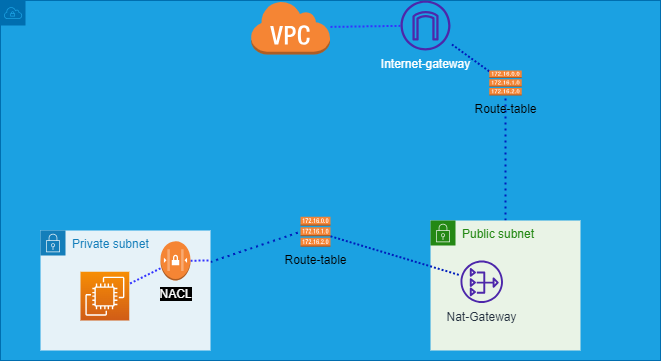
Above: Full Deployment/aws.drawio.png in EzioDEVio/terraform-functions-tutorial (draw.io), before the change. Source tidied: cells renumbered, new cells last; positions are measured from the earlier drawing's top-left corner, leaving out a move shared by most shapes. Its diagram source:
```xml
<mxGraphModel>
  <root>
    <mxCell id="0" />
    <mxCell id="1" parent="0" />
    <mxCell id="2" style="html=1;whiteSpace=wrap;fontSize=12;fontStyle=0;shape=mxgraph.aws4.group;grIcon=mxgraph.aws4.group_vpc;strokeColor=#006EAF;fillColor=#1ba1e2;verticalAlign=top;align=left;spacingLeft=30;dashed=0;fontColor=#ffffff;" parent="1" vertex="1">
      <mxGeometry width="660" height="360" as="geometry" />
    </mxCell>
    <mxCell id="3" style="edgeStyle=none;sketch=0;html=1;dashed=1;dashPattern=1 1;strokeWidth=2;fontColor=#FFFFFF;endArrow=none;endFill=0;strokeColor=#3333FF;" parent="2" edge="1" source="4" target="18">
      <mxGeometry relative="1" as="geometry" />
    </mxCell>
    <mxCell id="4" value="&lt;font color=&quot;#ffffff&quot;&gt;Internet-gateway&lt;/font&gt;" style="sketch=0;outlineConnect=0;fontColor=#232F3E;gradientColor=none;fillColor=#4D27AA;strokeColor=none;dashed=0;verticalLabelPosition=bottom;verticalAlign=top;align=center;html=1;fontSize=12;fontStyle=0;shape=mxgraph.aws4.internet_gateway;" parent="2" vertex="1">
      <mxGeometry x="400" width="50" height="50" as="geometry" />
    </mxCell>
    <mxCell id="5" style="edgeStyle=none;html=1;dashed=1;dashPattern=1 2;strokeWidth=2;fillColor=#0050ef;strokeColor=#001DBC;endArrow=none;endFill=0;" parent="2" edge="1" source="6" target="15">
      <mxGeometry relative="1" as="geometry" />
    </mxCell>
    <mxCell id="6" value="Public subnet" style="points=[[0,0],[0.25,0],[0.5,0],[0.75,0],[1,0],[1,0.25],[1,0.5],[1,0.75],[1,1],[0.75,1],[0.5,1],[0.25,1],[0,1],[0,0.75],[0,0.5],[0,0.25]];outlineConnect=0;gradientColor=none;html=1;whiteSpace=wrap;fontSize=12;fontStyle=0;shape=mxgraph.aws4.group;grIcon=mxgraph.aws4.group_security_group;grStroke=0;strokeColor=#248814;fillColor=#E9F3E6;verticalAlign=top;align=left;spacingLeft=30;fontColor=#248814;dashed=0;" parent="2" vertex="1">
      <mxGeometry x="430" y="220" width="150" height="130" as="geometry" />
    </mxCell>
    <mxCell id="7" value="Nat-Gateway" style="sketch=0;outlineConnect=0;fontColor=#232F3E;gradientColor=none;fillColor=#4D27AA;strokeColor=none;dashed=0;verticalLabelPosition=bottom;verticalAlign=top;align=center;html=1;fontSize=12;fontStyle=0;shape=mxgraph.aws4.nat_gateway;" parent="6" vertex="1">
      <mxGeometry x="30" y="40" width="42.5" height="42.5" as="geometry" />
    </mxCell>
    <mxCell id="8" style="edgeStyle=none;html=1;dashed=1;dashPattern=1 2;strokeWidth=2;fillColor=#0050ef;strokeColor=#001DBC;endArrow=none;endFill=0;entryX=0;entryY=0.5;entryDx=0;entryDy=0;entryPerimeter=0;" parent="2" edge="1" source="9" target="17">
      <mxGeometry relative="1" as="geometry" />
    </mxCell>
    <mxCell id="9" value="Private subnet" style="points=[[0,0],[0.25,0],[0.5,0],[0.75,0],[1,0],[1,0.25],[1,0.5],[1,0.75],[1,1],[0.75,1],[0.5,1],[0.25,1],[0,1],[0,0.75],[0,0.5],[0,0.25]];outlineConnect=0;gradientColor=none;html=1;whiteSpace=wrap;fontSize=12;fontStyle=0;shape=mxgraph.aws4.group;grIcon=mxgraph.aws4.group_security_group;grStroke=0;strokeColor=#147EBA;fillColor=#E6F2F8;verticalAlign=top;align=left;spacingLeft=30;fontColor=#147EBA;dashed=0;" parent="2" vertex="1">
      <mxGeometry x="40" y="230" width="170" height="120" as="geometry" />
    </mxCell>
    <mxCell id="10" style="sketch=0;points=[[0,0,0],[0.25,0,0],[0.5,0,0],[0.75,0,0],[1,0,0],[0,1,0],[0.25,1,0],[0.5,1,0],[0.75,1,0],[1,1,0],[0,0.25,0],[0,0.5,0],[0,0.75,0],[1,0.25,0],[1,0.5,0],[1,0.75,0]];outlineConnect=0;fontColor=#232F3E;gradientColor=#F78E04;gradientDirection=north;fillColor=#D05C17;strokeColor=#ffffff;dashed=0;verticalLabelPosition=bottom;verticalAlign=top;align=center;html=1;fontSize=12;fontStyle=0;shape=mxgraph.aws4.resourceIcon;resIcon=mxgraph.aws4.ec2;" parent="9" vertex="1">
      <mxGeometry x="40" y="41.2" width="48.8" height="48.8" as="geometry" />
    </mxCell>
    <mxCell id="11" style="edgeStyle=none;sketch=0;html=1;dashed=1;dashPattern=1 1;strokeColor=#3333FF;strokeWidth=2;fontColor=#FFFFFF;endArrow=none;endFill=0;" parent="9" edge="1" source="13" target="9">
      <mxGeometry relative="1" as="geometry">
        <Array as="points">
          <mxPoint x="170" y="30" />
        </Array>
      </mxGeometry>
    </mxCell>
    <mxCell id="12" style="edgeStyle=none;sketch=0;html=1;dashed=1;dashPattern=1 1;strokeColor=#3333FF;strokeWidth=2;fontColor=#FFFFFF;endArrow=none;endFill=0;" parent="9" edge="1" source="13" target="10">
      <mxGeometry relative="1" as="geometry" />
    </mxCell>
    <mxCell id="13" value="NACL" style="outlineConnect=0;dashed=0;verticalLabelPosition=bottom;verticalAlign=top;align=center;html=1;shape=mxgraph.aws3.network_access_controllist;fillColor=#F58534;gradientColor=none;labelBackgroundColor=#000000;fontColor=#FFFFFF;" parent="9" vertex="1">
      <mxGeometry x="120" y="10.6" width="30" height="39.4" as="geometry" />
    </mxCell>
    <mxCell id="14" style="edgeStyle=none;html=1;dashed=1;dashPattern=1 1;strokeWidth=2;fillColor=#0050ef;strokeColor=#001DBC;endArrow=none;endFill=0;" parent="2" edge="1" source="15" target="4">
      <mxGeometry relative="1" as="geometry" />
    </mxCell>
    <mxCell id="15" value="Route-table" style="outlineConnect=0;dashed=0;verticalLabelPosition=bottom;verticalAlign=top;align=center;html=1;shape=mxgraph.aws3.route_table;fillColor=#F58536;gradientColor=none;" parent="2" vertex="1">
      <mxGeometry x="488.8" y="70" width="32.5" height="25" as="geometry" />
    </mxCell>
    <mxCell id="16" style="edgeStyle=none;html=1;dashed=1;dashPattern=1 1;strokeWidth=2;fillColor=#0050ef;strokeColor=#001DBC;endArrow=none;endFill=0;" parent="2" edge="1" source="17" target="7">
      <mxGeometry relative="1" as="geometry" />
    </mxCell>
    <mxCell id="17" value="Route-table" style="outlineConnect=0;dashed=0;verticalLabelPosition=bottom;verticalAlign=top;align=center;html=1;shape=mxgraph.aws3.route_table;fillColor=#F58536;gradientColor=none;" parent="2" vertex="1">
      <mxGeometry x="300" y="216.2" width="30" height="30" as="geometry" />
    </mxCell>
    <mxCell id="18" style="outlineConnect=0;dashed=0;verticalLabelPosition=bottom;verticalAlign=top;align=center;html=1;shape=mxgraph.aws3.virtual_private_cloud;fillColor=#F58534;gradientColor=none;labelBackgroundColor=#000000;fontColor=#FFFFFF;" parent="2" vertex="1">
      <mxGeometry x="250" width="79.5" height="54" as="geometry" />
    </mxCell>
  </root>
</mxGraphModel>
```
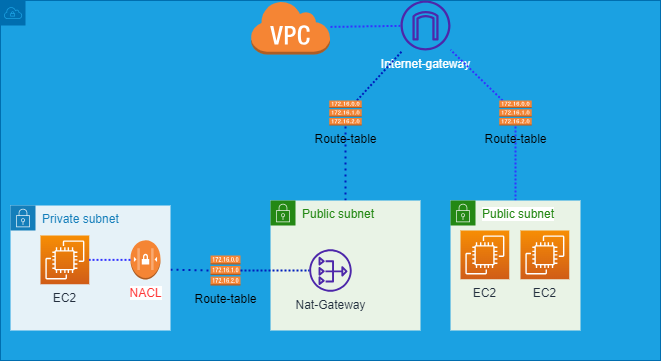
The same file after the commit.

Change to the diagram source:
```diff
@@ -15,47 +15,58 @@
       <mxGeometry relative="1" as="geometry" />
     </mxCell>
     <mxCell id="6" value="Public subnet" style="points=[[0,0],[0.25,0],[0.5,0],[0.75,0],[1,0],[1,0.25],[1,0.5],[1,0.75],[1,1],[0.75,1],[0.5,1],[0.25,1],[0,1],[0,0.75],[0,0.5],[0,0.25]];outlineConnect=0;gradientColor=none;html=1;whiteSpace=wrap;fontSize=12;fontStyle=0;shape=mxgraph.aws4.group;grIcon=mxgraph.aws4.group_security_group;grStroke=0;strokeColor=#248814;fillColor=#E9F3E6;verticalAlign=top;align=left;spacingLeft=30;fontColor=#248814;dashed=0;" parent="2" vertex="1">
-      <mxGeometry x="430" y="220" width="150" height="130" as="geometry" />
+      <mxGeometry x="270" y="200" width="150" height="130" as="geometry" />
     </mxCell>
     <mxCell id="7" value="Nat-Gateway" style="sketch=0;outlineConnect=0;fontColor=#232F3E;gradientColor=none;fillColor=#4D27AA;strokeColor=none;dashed=0;verticalLabelPosition=bottom;verticalAlign=top;align=center;html=1;fontSize=12;fontStyle=0;shape=mxgraph.aws4.nat_gateway;" parent="6" vertex="1">
-      <mxGeometry x="30" y="40" width="42.5" height="42.5" as="geometry" />
+      <mxGeometry x="38.8" y="48.8" width="42.5" height="42.5" as="geometry" />
     </mxCell>
     <mxCell id="8" style="edgeStyle=none;html=1;dashed=1;dashPattern=1 2;strokeWidth=2;fillColor=#0050ef;strokeColor=#001DBC;endArrow=none;endFill=0;entryX=0;entryY=0.5;entryDx=0;entryDy=0;entryPerimeter=0;" parent="2" edge="1" source="9" target="17">
       <mxGeometry relative="1" as="geometry" />
     </mxCell>
     <mxCell id="9" value="Private subnet" style="points=[[0,0],[0.25,0],[0.5,0],[0.75,0],[1,0],[1,0.25],[1,0.5],[1,0.75],[1,1],[0.75,1],[0.5,1],[0.25,1],[0,1],[0,0.75],[0,0.5],[0,0.25]];outlineConnect=0;gradientColor=none;html=1;whiteSpace=wrap;fontSize=12;fontStyle=0;shape=mxgraph.aws4.group;grIcon=mxgraph.aws4.group_security_group;grStroke=0;strokeColor=#147EBA;fillColor=#E6F2F8;verticalAlign=top;align=left;spacingLeft=30;fontColor=#147EBA;dashed=0;" parent="2" vertex="1">
-      <mxGeometry x="40" y="230" width="170" height="120" as="geometry" />
+      <mxGeometry x="10" y="205" width="160" height="125" as="geometry" />
     </mxCell>
-    <mxCell id="10" style="sketch=0;points=[[0,0,0],[0.25,0,0],[0.5,0,0],[0.75,0,0],[1,0,0],[0,1,0],[0.25,1,0],[0.5,1,0],[0.75,1,0],[1,1,0],[0,0.25,0],[0,0.5,0],[0,0.75,0],[1,0.25,0],[1,0.5,0],[1,0.75,0]];outlineConnect=0;fontColor=#232F3E;gradientColor=#F78E04;gradientDirection=north;fillColor=#D05C17;strokeColor=#ffffff;dashed=0;verticalLabelPosition=bottom;verticalAlign=top;align=center;html=1;fontSize=12;fontStyle=0;shape=mxgraph.aws4.resourceIcon;resIcon=mxgraph.aws4.ec2;" parent="9" vertex="1">
-      <mxGeometry x="40" y="41.2" width="48.8" height="48.8" as="geometry" />
+    <mxCell id="10" value="EC2" style="sketch=0;points=[[0,0,0],[0.25,0,0],[0.5,0,0],[0.75,0,0],[1,0,0],[0,1,0],[0.25,1,0],[0.5,1,0],[0.75,1,0],[1,1,0],[0,0.25,0],[0,0.5,0],[0,0.75,0],[1,0.25,0],[1,0.5,0],[1,0.75,0]];outlineConnect=0;fontColor=#232F3E;gradientColor=#F78E04;gradientDirection=north;fillColor=#D05C17;strokeColor=#ffffff;dashed=0;verticalLabelPosition=bottom;verticalAlign=top;align=center;html=1;fontSize=12;fontStyle=0;shape=mxgraph.aws4.resourceIcon;resIcon=mxgraph.aws4.ec2;" parent="9" vertex="1">
+      <mxGeometry x="30" y="30" width="48.8" height="48.8" as="geometry" />
     </mxCell>
-    <mxCell id="11" style="edgeStyle=none;sketch=0;html=1;dashed=1;dashPattern=1 1;strokeColor=#3333FF;strokeWidth=2;fontColor=#FFFFFF;endArrow=none;endFill=0;" parent="9" edge="1" source="13" target="9">
-      <mxGeometry relative="1" as="geometry">
-        <Array as="points">
-          <mxPoint x="170" y="30" />
-        </Array>
-      </mxGeometry>
-    </mxCell>
     <mxCell id="12" style="edgeStyle=none;sketch=0;html=1;dashed=1;dashPattern=1 1;strokeColor=#3333FF;strokeWidth=2;fontColor=#FFFFFF;endArrow=none;endFill=0;" parent="9" edge="1" source="13" target="10">
       <mxGeometry relative="1" as="geometry" />
     </mxCell>
-    <mxCell id="13" value="NACL" style="outlineConnect=0;dashed=0;verticalLabelPosition=bottom;verticalAlign=top;align=center;html=1;shape=mxgraph.aws3.network_access_controllist;fillColor=#F58534;gradientColor=none;labelBackgroundColor=#000000;fontColor=#FFFFFF;" parent="9" vertex="1">
-      <mxGeometry x="120" y="10.6" width="30" height="39.4" as="geometry" />
+    <mxCell id="13" value="&lt;font style=&quot;background-color: rgb(255, 255, 255);&quot; color=&quot;#ff3333&quot;&gt;NACL&lt;/font&gt;" style="outlineConnect=0;dashed=0;verticalLabelPosition=bottom;verticalAlign=top;align=center;html=1;shape=mxgraph.aws3.network_access_controllist;fillColor=#F58534;gradientColor=none;labelBackgroundColor=#000000;fontColor=#FFFFFF;" parent="9" vertex="1">
+      <mxGeometry x="120" y="34.7" width="30" height="39.4" as="geometry" />
     </mxCell>
     <mxCell id="14" style="edgeStyle=none;html=1;dashed=1;dashPattern=1 1;strokeWidth=2;fillColor=#0050ef;strokeColor=#001DBC;endArrow=none;endFill=0;" parent="2" edge="1" source="15" target="4">
       <mxGeometry relative="1" as="geometry" />
     </mxCell>
     <mxCell id="15" value="Route-table" style="outlineConnect=0;dashed=0;verticalLabelPosition=bottom;verticalAlign=top;align=center;html=1;shape=mxgraph.aws3.route_table;fillColor=#F58536;gradientColor=none;" parent="2" vertex="1">
-      <mxGeometry x="488.8" y="70" width="32.5" height="25" as="geometry" />
+      <mxGeometry x="328.8" y="100" width="32.5" height="25" as="geometry" />
     </mxCell>
     <mxCell id="16" style="edgeStyle=none;html=1;dashed=1;dashPattern=1 1;strokeWidth=2;fillColor=#0050ef;strokeColor=#001DBC;endArrow=none;endFill=0;" parent="2" edge="1" source="17" target="7">
       <mxGeometry relative="1" as="geometry" />
     </mxCell>
     <mxCell id="17" value="Route-table" style="outlineConnect=0;dashed=0;verticalLabelPosition=bottom;verticalAlign=top;align=center;html=1;shape=mxgraph.aws3.route_table;fillColor=#F58536;gradientColor=none;" parent="2" vertex="1">
-      <mxGeometry x="300" y="216.2" width="30" height="30" as="geometry" />
+      <mxGeometry x="210" y="255" width="30" height="30" as="geometry" />
     </mxCell>
     <mxCell id="18" style="outlineConnect=0;dashed=0;verticalLabelPosition=bottom;verticalAlign=top;align=center;html=1;shape=mxgraph.aws3.virtual_private_cloud;fillColor=#F58534;gradientColor=none;labelBackgroundColor=#000000;fontColor=#FFFFFF;" parent="2" vertex="1">
       <mxGeometry x="250" width="79.5" height="54" as="geometry" />
     </mxCell>
+    <mxCell id="19" style="edgeStyle=none;sketch=0;html=1;entryX=0.5;entryY=1;entryDx=0;entryDy=0;entryPerimeter=0;dashed=1;dashPattern=1 1;strokeColor=#3333FF;strokeWidth=2;fontColor=#248814;endArrow=none;endFill=0;" parent="2" edge="1" source="20" target="24">
+      <mxGeometry relative="1" as="geometry" />
+    </mxCell>
+    <mxCell id="20" value="&lt;span style=&quot;background-color: rgb(255, 255, 255);&quot;&gt;Public subnet&lt;/span&gt;" style="points=[[0,0],[0.25,0],[0.5,0],[0.75,0],[1,0],[1,0.25],[1,0.5],[1,0.75],[1,1],[0.75,1],[0.5,1],[0.25,1],[0,1],[0,0.75],[0,0.5],[0,0.25]];outlineConnect=0;gradientColor=none;html=1;whiteSpace=wrap;fontSize=12;fontStyle=0;shape=mxgraph.aws4.group;grIcon=mxgraph.aws4.group_security_group;grStroke=0;strokeColor=#248814;fillColor=#E9F3E6;verticalAlign=top;align=left;spacingLeft=30;fontColor=#248814;dashed=0;labelBackgroundColor=#000000;" parent="2" vertex="1">
+      <mxGeometry x="450" y="200" width="130" height="130" as="geometry" />
+    </mxCell>
+    <mxCell id="21" value="EC2" style="sketch=0;fontColor=#232F3E;gradientColor=#F78E04;gradientDirection=north;fillColor=#D05C17;strokeColor=#ffffff;dashed=0;verticalLabelPosition=bottom;verticalAlign=top;align=center;html=1;fontSize=12;fontStyle=0;shape=mxgraph.aws4.resourceIcon;resIcon=mxgraph.aws4.ec2;" parent="20" vertex="1">
+      <mxGeometry x="70" y="30" width="48.8" height="48.8" as="geometry" />
+    </mxCell>
+    <mxCell id="22" value="EC2" style="sketch=0;fontColor=#232F3E;gradientColor=#F78E04;gradientDirection=north;fillColor=#D05C17;strokeColor=#ffffff;dashed=0;verticalLabelPosition=bottom;verticalAlign=top;align=center;html=1;fontSize=12;fontStyle=0;shape=mxgraph.aws4.resourceIcon;resIcon=mxgraph.aws4.ec2;" parent="20" vertex="1">
+      <mxGeometry x="10" y="30" width="48.8" height="48.8" as="geometry" />
+    </mxCell>
+    <mxCell id="23" style="edgeStyle=none;sketch=0;html=1;dashed=1;dashPattern=1 1;strokeColor=#3333FF;strokeWidth=2;fontColor=#248814;endArrow=none;endFill=0;" parent="2" edge="1" source="24" target="4">
+      <mxGeometry relative="1" as="geometry" />
+    </mxCell>
+    <mxCell id="24" value="Route-table" style="outlineConnect=0;dashed=0;verticalLabelPosition=bottom;verticalAlign=top;align=center;html=1;shape=mxgraph.aws3.route_table;fillColor=#F58536;gradientColor=none;" parent="2" vertex="1">
+      <mxGeometry x="498.8" y="100" width="32.5" height="25" as="geometry" />
+    </mxCell>
   </root>
 </mxGraphModel>
```
